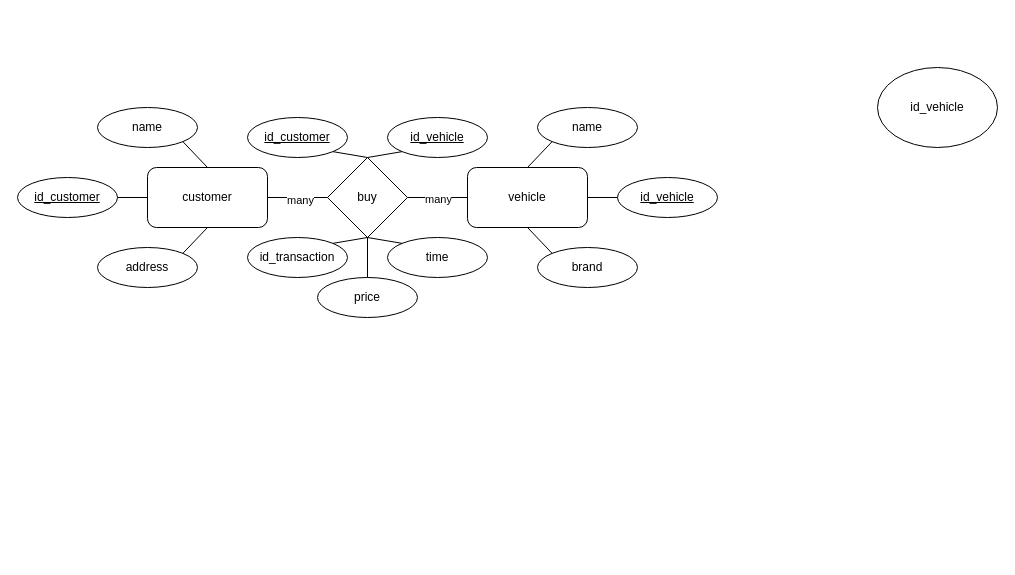
oniit/game keeps this draw.io diagram as Untitled Diagram.drawio. Above is the earlier version. Source tidied: cells renumbered, new cells numbered last; positions are measured from the earlier drawing's top-left corner, leaving out a move shared by most shapes. Both pictures are drawn from the tidied source at 100%, with x=0, y=0 at pixel (17, 67).
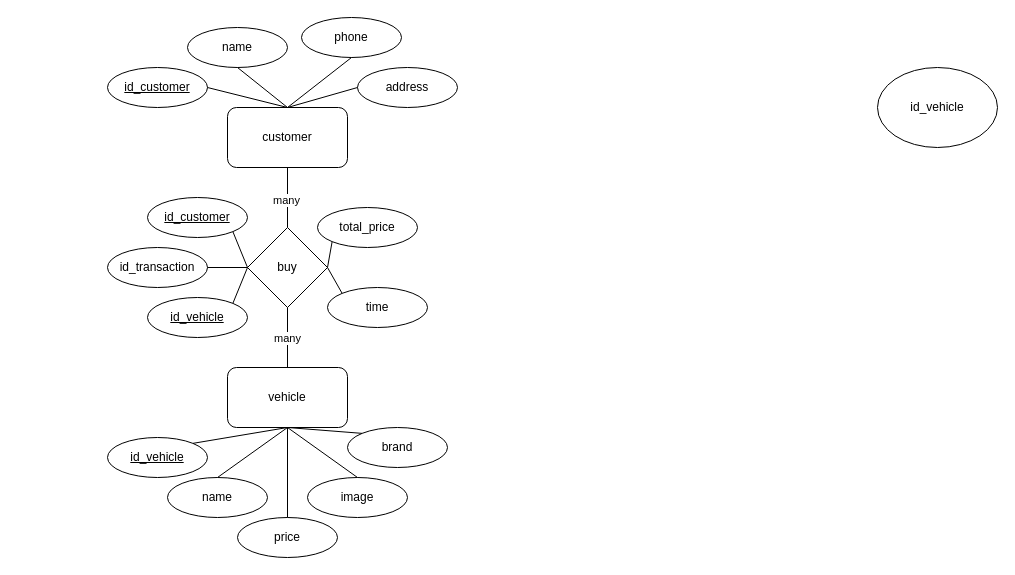
After the change.

Diff of the diagram source:
```diff
@@
     <mxCell id="2" value="customer" style="rounded=1;whiteSpace=wrap;html=1;" parent="1" vertex="1">
-      <mxGeometry x="130" y="100" width="120" height="60" as="geometry" />
+      <mxGeometry x="210" y="40" width="120" height="60" as="geometry" />
     </mxCell>
     <mxCell id="3" value="buy" style="rhombus;whiteSpace=wrap;html=1;" parent="1" vertex="1">
-      <mxGeometry x="310" y="90" width="80" height="80" as="geometry" />
+      <mxGeometry x="230" y="160" width="80" height="80" as="geometry" />
     </mxCell>
     <mxCell id="4" value="vehicle" style="rounded=1;whiteSpace=wrap;html=1;" parent="1" vertex="1">
-      <mxGeometry x="450" y="100" width="120" height="60" as="geometry" />
+      <mxGeometry x="210" y="300" width="120" height="60" as="geometry" />
     </mxCell>
     <mxCell id="5" value="name" style="ellipse;whiteSpace=wrap;html=1;" parent="1" vertex="1">
-      <mxGeometry x="80" y="40" width="100" height="40" as="geometry" />
+      <mxGeometry x="170" y="-40" width="100" height="40" as="geometry" />
     </mxCell>
     <mxCell id="6" value="address" style="ellipse;whiteSpace=wrap;html=1;" parent="1" vertex="1">
-      <mxGeometry x="80" y="180" width="100" height="40" as="geometry" />
+      <mxGeometry x="340" width="100" height="40" as="geometry" />
     </mxCell>
-    <mxCell id="7" style="endArrow=none;html=1;rounded=0;exitX=0.5;exitY=0;exitDx=0;exitDy=0;entryX=1;entryY=1;entryDx=0;entryDy=0;" parent="1" edge="1" source="2" target="5">
+    <mxCell id="7" style="endArrow=none;html=1;rounded=0;exitX=0.5;exitY=0;exitDx=0;exitDy=0;entryX=0.5;entryY=1;entryDx=0;entryDy=0;" parent="1" edge="1" source="2" target="5">
       <mxGeometry relative="1" as="geometry" />
     </mxCell>
-    <mxCell id="8" style="endArrow=none;html=1;rounded=0;exitX=1;exitY=0;exitDx=0;exitDy=0;entryX=0.5;entryY=1;entryDx=0;entryDy=0;" parent="1" edge="1" source="6" target="2">
+    <mxCell id="8" style="endArrow=none;html=1;rounded=0;exitX=0;exitY=0.5;exitDx=0;exitDy=0;entryX=0.5;entryY=0;entryDx=0;entryDy=0;" parent="1" edge="1" source="6" target="2">
       <mxGeometry relative="1" as="geometry" />
     </mxCell>
-    <mxCell id="9" style="endArrow=none;html=1;rounded=0;entryX=0;entryY=0.5;entryDx=0;entryDy=0;" parent="1" edge="1" source="2" target="3">
+    <mxCell id="9" style="endArrow=none;html=1;rounded=0;entryX=0.5;entryY=0;entryDx=0;entryDy=0;exitX=0.5;exitY=1;exitDx=0;exitDy=0;" parent="1" edge="1" source="2" target="3">
       <mxGeometry relative="1" as="geometry" />
     </mxCell>
@@
-    <mxCell id="11" style="endArrow=none;html=1;rounded=0;entryX=0;entryY=0.5;entryDx=0;entryDy=0;exitX=1;exitY=0.5;exitDx=0;exitDy=0;" parent="1" edge="1" source="3" target="4">
+    <mxCell id="11" style="endArrow=none;html=1;rounded=0;entryX=0.5;entryY=0;entryDx=0;entryDy=0;exitX=0.5;exitY=1;exitDx=0;exitDy=0;" parent="1" edge="1" source="3" target="4">
       <mxGeometry relative="1" as="geometry" />
     </mxCell>
@@
     <mxCell id="13" value="name" style="ellipse;whiteSpace=wrap;html=1;" parent="1" vertex="1">
-      <mxGeometry x="520" y="40" width="100" height="40" as="geometry" />
+      <mxGeometry x="150" y="410" width="100" height="40" as="geometry" />
     </mxCell>
     <mxCell id="14" value="brand" style="ellipse;whiteSpace=wrap;html=1;" parent="1" vertex="1">
-      <mxGeometry x="520" y="180" width="100" height="40" as="geometry" />
+      <mxGeometry x="330" y="360" width="100" height="40" as="geometry" />
     </mxCell>
-    <mxCell id="15" style="endArrow=none;html=1;rounded=0;exitX=0.5;exitY=0;exitDx=0;exitDy=0;entryX=0;entryY=1;entryDx=0;entryDy=0;" parent="1" edge="1" source="4" target="13">
+    <mxCell id="15" style="endArrow=none;html=1;rounded=0;exitX=0.5;exitY=1;exitDx=0;exitDy=0;entryX=0.5;entryY=0;entryDx=0;entryDy=0;" parent="1" edge="1" source="4" target="13">
       <mxGeometry relative="1" as="geometry" />
     </mxCell>
@@
     <mxCell id="17" value="id_customer" style="ellipse;whiteSpace=wrap;html=1;fontStyle=4;" parent="1" vertex="1">
-      <mxGeometry y="110" width="100" height="40" as="geometry" />
+      <mxGeometry x="90" width="100" height="40" as="geometry" />
     </mxCell>
     <mxCell id="18" value="id_vehicle" style="ellipse;whiteSpace=wrap;html=1;fontStyle=4;" parent="1" vertex="1">
-      <mxGeometry x="600" y="110" width="100" height="40" as="geometry" />
+      <mxGeometry x="90" y="370" width="100" height="40" as="geometry" />
     </mxCell>
     <mxCell id="19" value="id_customer" style="ellipse;whiteSpace=wrap;html=1;fontStyle=4;" parent="1" vertex="1">
-      <mxGeometry x="230" y="50" width="100" height="40" as="geometry" />
+      <mxGeometry x="130" y="130" width="100" height="40" as="geometry" />
     </mxCell>
@@
-    <mxCell id="21" style="endArrow=none;html=1;rounded=0;exitX=0;exitY=0.5;exitDx=0;exitDy=0;entryX=1;entryY=0.5;entryDx=0;entryDy=0;" parent="1" edge="1" source="2" target="17">
+    <mxCell id="21" style="endArrow=none;html=1;rounded=0;exitX=0.5;exitY=0;exitDx=0;exitDy=0;entryX=1;entryY=0.5;entryDx=0;entryDy=0;" parent="1" edge="1" source="2" target="17">
       <mxGeometry relative="1" as="geometry" />
     </mxCell>
-    <mxCell id="22" style="endArrow=none;html=1;rounded=0;entryX=0;entryY=0.5;entryDx=0;entryDy=0;exitX=1;exitY=0.5;exitDx=0;exitDy=0;" parent="1" edge="1" source="4" target="18">
+    <mxCell id="22" style="endArrow=none;html=1;rounded=0;entryX=1;entryY=0;entryDx=0;entryDy=0;exitX=0.5;exitY=1;exitDx=0;exitDy=0;" parent="1" edge="1" source="4" target="18">
       <mxGeometry relative="1" as="geometry" />
     </mxCell>
     <mxCell id="23" value="id_vehicle" style="ellipse;whiteSpace=wrap;html=1;fontStyle=4;" parent="1" vertex="1">
-      <mxGeometry x="370" y="50" width="100" height="40" as="geometry" />
+      <mxGeometry x="130" y="230" width="100" height="40" as="geometry" />
     </mxCell>
-    <mxCell id="24" style="endArrow=none;html=1;rounded=0;entryX=0.5;entryY=0;entryDx=0;entryDy=0;exitX=1;exitY=1;exitDx=0;exitDy=0;" parent="1" edge="1" source="19" target="3">
+    <mxCell id="24" style="endArrow=none;html=1;rounded=0;entryX=0;entryY=0.5;entryDx=0;entryDy=0;exitX=1;exitY=1;exitDx=0;exitDy=0;" parent="1" edge="1" source="19" target="3">
       <mxGeometry relative="1" as="geometry" />
     </mxCell>
-    <mxCell id="25" style="endArrow=none;html=1;rounded=0;exitX=0.5;exitY=0;exitDx=0;exitDy=0;entryX=0;entryY=1;entryDx=0;entryDy=0;" parent="1" edge="1" source="3" target="23">
+    <mxCell id="25" style="endArrow=none;html=1;rounded=0;exitX=0;exitY=0.5;exitDx=0;exitDy=0;entryX=1;entryY=0;entryDx=0;entryDy=0;" parent="1" edge="1" source="3" target="23">
       <mxGeometry relative="1" as="geometry" />
     </mxCell>
     <mxCell id="26" value="id_transaction" style="ellipse;whiteSpace=wrap;html=1;" parent="1" vertex="1">
-      <mxGeometry x="230" y="170" width="100" height="40" as="geometry" />
+      <mxGeometry x="90" y="180" width="100" height="40" as="geometry" />
     </mxCell>
     <mxCell id="27" value="time" style="ellipse;whiteSpace=wrap;html=1;" parent="1" vertex="1">
-      <mxGeometry x="370" y="170" width="100" height="40" as="geometry" />
+      <mxGeometry x="310" y="220" width="100" height="40" as="geometry" />
     </mxCell>
-    <mxCell id="28" style="endArrow=none;html=1;rounded=0;exitX=1;exitY=0;exitDx=0;exitDy=0;" parent="1" edge="1" source="26">
-      <mxGeometry relative="1" as="geometry">
-        <mxPoint x="350" y="170" as="targetPoint" />
-      </mxGeometry>
+    <mxCell id="28" style="endArrow=none;html=1;rounded=0;exitX=1;exitY=0.5;exitDx=0;exitDy=0;entryX=0;entryY=0.5;entryDx=0;entryDy=0;" parent="1" edge="1" source="26" target="3">
+      <mxGeometry relative="1" as="geometry" />
     </mxCell>
-    <mxCell id="29" style="endArrow=none;html=1;rounded=0;exitX=0.5;exitY=1;exitDx=0;exitDy=0;entryX=0;entryY=0;entryDx=0;entryDy=0;" parent="1" edge="1" source="3" target="27">
+    <mxCell id="29" style="endArrow=none;html=1;rounded=0;exitX=1;exitY=0.5;exitDx=0;exitDy=0;entryX=0;entryY=0;entryDx=0;entryDy=0;" parent="1" edge="1" source="3" target="27">
       <mxGeometry relative="1" as="geometry" />
     </mxCell>
     <mxCell id="30" value="price" style="ellipse;whiteSpace=wrap;html=1;" parent="1" vertex="1">
-      <mxGeometry x="300" y="210" width="100" height="40" as="geometry" />
+      <mxGeometry x="220" y="450" width="100" height="40" as="geometry" />
     </mxCell>
-    <mxCell id="31" style="endArrow=none;html=1;rounded=0;exitX=0.5;exitY=0;exitDx=0;exitDy=0;" parent="1" edge="1" source="30">
-      <mxGeometry relative="1" as="geometry">
-        <mxPoint x="350" y="170" as="targetPoint" />
-      </mxGeometry>
+    <mxCell id="31" style="endArrow=none;html=1;rounded=0;exitX=0.5;exitY=0;exitDx=0;exitDy=0;entryX=0.5;entryY=1;entryDx=0;entryDy=0;" parent="1" edge="1" source="30" target="4">
+      <mxGeometry relative="1" as="geometry" />
     </mxCell>
+    <mxCell id="32" value="total_price" style="ellipse;whiteSpace=wrap;html=1;" parent="1" vertex="1">
+      <mxGeometry x="300" y="140" width="100" height="40" as="geometry" />
+    </mxCell>
+    <mxCell id="33" style="endArrow=none;html=1;rounded=0;exitX=0;exitY=1;exitDx=0;exitDy=0;" parent="1" edge="1" source="32">
+      <mxGeometry relative="1" as="geometry">
+        <mxPoint x="310" y="200" as="targetPoint" />
+      </mxGeometry>
+    </mxCell>
+    <mxCell id="34" value="phone" style="ellipse;whiteSpace=wrap;html=1;" parent="1" vertex="1">
+      <mxGeometry x="284" y="-50" width="100" height="40" as="geometry" />
+    </mxCell>
+    <mxCell id="35" style="endArrow=none;html=1;rounded=0;exitX=0.5;exitY=0;exitDx=0;exitDy=0;entryX=0.5;entryY=1;entryDx=0;entryDy=0;" parent="1" edge="1" source="2" target="34">
+      <mxGeometry relative="1" as="geometry" />
+    </mxCell>
+    <mxCell id="36" value="image" style="ellipse;whiteSpace=wrap;html=1;" parent="1" vertex="1">
+      <mxGeometry x="290" y="410" width="100" height="40" as="geometry" />
+    </mxCell>
+    <mxCell id="37" style="endArrow=none;html=1;rounded=0;exitX=0.5;exitY=0;exitDx=0;exitDy=0;entryX=0.5;entryY=1;entryDx=0;entryDy=0;" parent="1" edge="1" source="36" target="4">
+      <mxGeometry relative="1" as="geometry" />
+    </mxCell>
```
